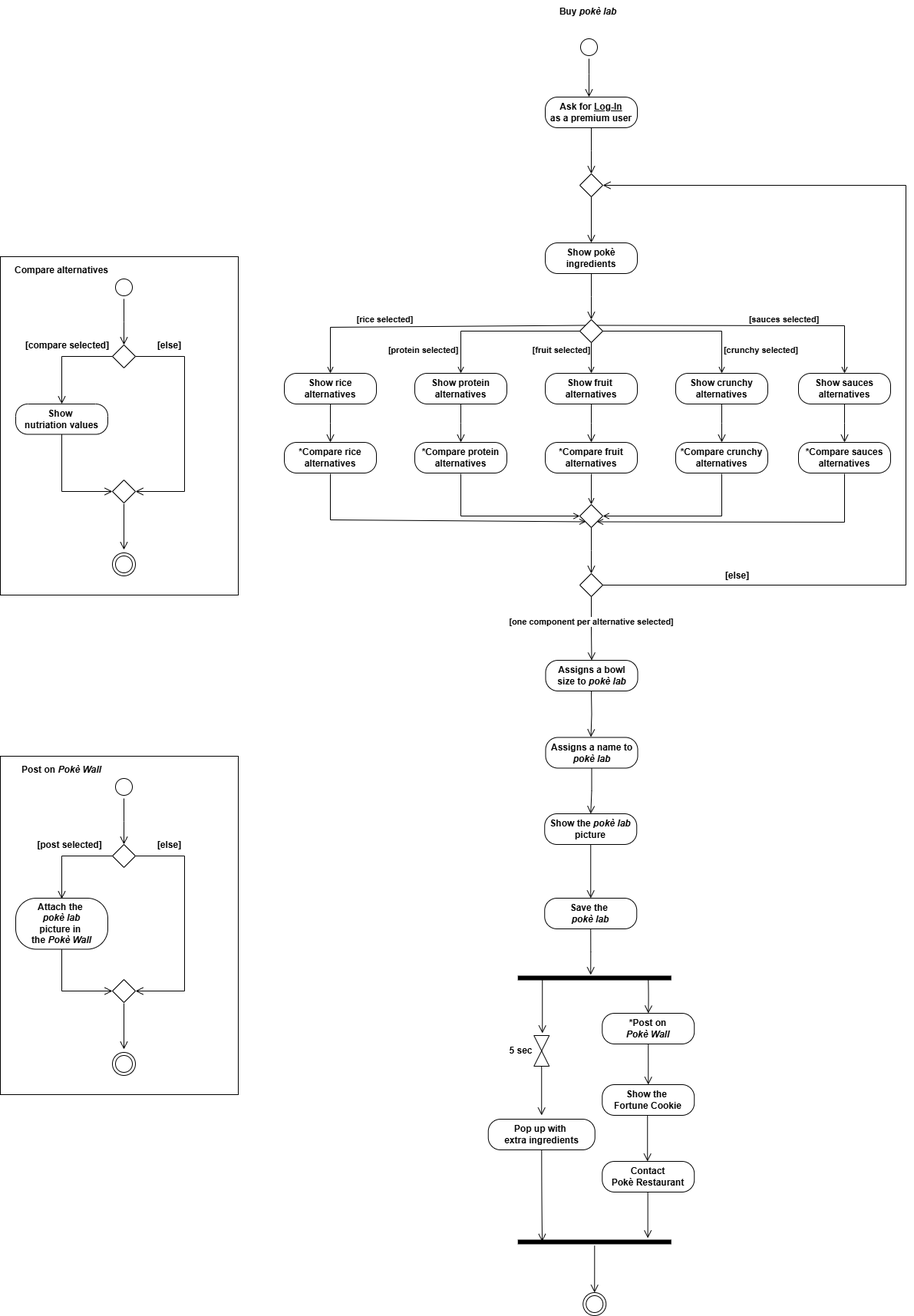
This is diagrams/ActivityDiagram.drawio.png from matteopinfildi/YourPoke-ISPWProject, a draw.io export, as it was before one commit. Source tidied: cells renumbered, new cells last; positions are measured from the earlier drawing's top-left corner, leaving out a move shared by most shapes.
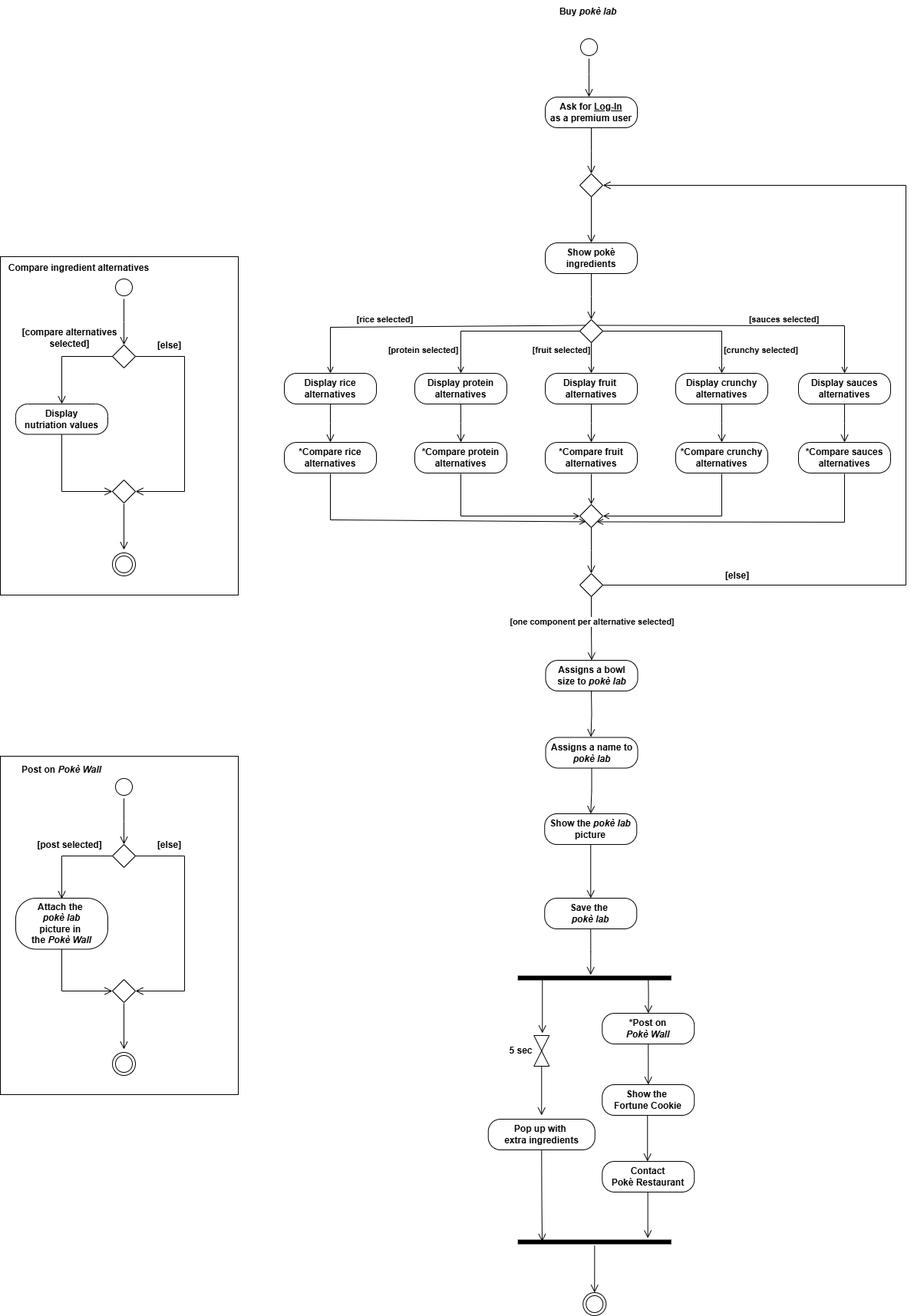
Above is the later version.

The edit, as a diff of the source:
```diff
@@ -52,7 +52,7 @@
         </Array>
       </mxGeometry>
     </mxCell>
-    <mxCell id="13" value="&lt;b&gt;Show crunchy&lt;/b&gt;&lt;div&gt;&lt;b&gt;alternatives&lt;/b&gt;&lt;/div&gt;" style="rounded=1;whiteSpace=wrap;html=1;arcSize=40;" parent="1" vertex="1">
+    <mxCell id="13" value="&lt;b&gt;Display&lt;/b&gt;&lt;b&gt;&amp;nbsp;crunchy&lt;/b&gt;&lt;div&gt;&lt;b&gt;alternatives&lt;/b&gt;&lt;/div&gt;" style="rounded=1;whiteSpace=wrap;html=1;arcSize=40;" parent="1" vertex="1">
       <mxGeometry x="880" y="486" width="120" height="40" as="geometry" />
     </mxCell>
     <mxCell id="14" style="endArrow=open;html=1;rounded=0;exitX=1;exitY=0;exitDx=0;exitDy=0;entryX=0.5;entryY=0;entryDx=0;entryDy=0;endFill=0;" parent="1" edge="1" source="11" target="15">
@@ -62,10 +62,10 @@
         </Array>
       </mxGeometry>
     </mxCell>
-    <mxCell id="15" value="&lt;b&gt;Show sauces&lt;/b&gt;&lt;div&gt;&lt;b&gt;alternatives&lt;/b&gt;&lt;/div&gt;" style="rounded=1;whiteSpace=wrap;html=1;arcSize=40;" parent="1" vertex="1">
+    <mxCell id="15" value="&lt;b&gt;Display&lt;/b&gt;&lt;b&gt;&amp;nbsp;sauces&lt;/b&gt;&lt;div&gt;&lt;b&gt;alternatives&lt;/b&gt;&lt;/div&gt;" style="rounded=1;whiteSpace=wrap;html=1;arcSize=40;" parent="1" vertex="1">
       <mxGeometry x="1040" y="486" width="120" height="40" as="geometry" />
     </mxCell>
-    <mxCell id="16" value="&lt;b&gt;Show fruit&amp;nbsp;&lt;/b&gt;&lt;div&gt;&lt;b&gt;alternatives&lt;/b&gt;&lt;/div&gt;" style="rounded=1;whiteSpace=wrap;html=1;arcSize=40;" parent="1" vertex="1">
+    <mxCell id="16" value="&lt;b&gt;Display&amp;nbsp;&lt;/b&gt;&lt;b&gt;fruit&amp;nbsp;&lt;/b&gt;&lt;div&gt;&lt;b&gt;alternatives&lt;/b&gt;&lt;/div&gt;" style="rounded=1;whiteSpace=wrap;html=1;arcSize=40;" parent="1" vertex="1">
       <mxGeometry x="710" y="486" width="120" height="40" as="geometry" />
     </mxCell>
     <mxCell id="17" style="endArrow=open;html=1;rounded=0;exitX=0.5;exitY=1;exitDx=0;exitDy=0;endFill=0;" parent="1" edge="1" source="11">
@@ -73,10 +73,10 @@
         <mxPoint x="770" y="486" as="targetPoint" />
       </mxGeometry>
     </mxCell>
-    <mxCell id="18" value="&lt;b&gt;Show protein&lt;/b&gt;&lt;div&gt;&lt;b&gt;alternatives&lt;/b&gt;&lt;/div&gt;" style="rounded=1;whiteSpace=wrap;html=1;arcSize=40;" parent="1" vertex="1">
+    <mxCell id="18" value="&lt;b&gt;Display protein&lt;/b&gt;&lt;div&gt;&lt;b&gt;alternatives&lt;/b&gt;&lt;/div&gt;" style="rounded=1;whiteSpace=wrap;html=1;arcSize=40;" parent="1" vertex="1">
       <mxGeometry x="540" y="486" width="120" height="40" as="geometry" />
     </mxCell>
-    <mxCell id="19" value="&lt;b&gt;Show rice&lt;/b&gt;&lt;div&gt;&lt;b&gt;alternatives&lt;/b&gt;&lt;/div&gt;" style="rounded=1;whiteSpace=wrap;html=1;arcSize=40;" parent="1" vertex="1">
+    <mxCell id="19" value="&lt;b&gt;Display&lt;/b&gt;&lt;b&gt;&amp;nbsp;rice&lt;/b&gt;&lt;div&gt;&lt;b&gt;alternatives&lt;/b&gt;&lt;/div&gt;" style="rounded=1;whiteSpace=wrap;html=1;arcSize=40;" parent="1" vertex="1">
       <mxGeometry x="370" y="486" width="120" height="40" as="geometry" />
     </mxCell>
     <mxCell id="20" style="endArrow=open;html=1;rounded=0;exitX=0;exitY=0.5;exitDx=0;exitDy=0;entryX=0.5;entryY=0;entryDx=0;entryDy=0;endFill=0;" parent="1" edge="1" source="11" target="18">
@@ -354,7 +354,7 @@
         <mxPoint x="161" y="449" as="targetPoint" />
       </mxGeometry>
     </mxCell>
-    <mxCell id="80" value="&lt;b&gt;Show&amp;nbsp;&lt;/b&gt;&lt;div&gt;&lt;b&gt;nutriation&amp;nbsp;&lt;/b&gt;&lt;b style=&quot;background-color: transparent; color: light-dark(rgb(0, 0, 0), rgb(255, 255, 255));&quot;&gt;values&lt;/b&gt;&lt;/div&gt;" style="rounded=1;whiteSpace=wrap;html=1;arcSize=40;labelBackgroundColor=none;" parent="1" vertex="1">
+    <mxCell id="80" value="&lt;div&gt;&lt;b&gt;Display&lt;/b&gt;&lt;/div&gt;&lt;div&gt;&lt;b&gt;nutriation&amp;nbsp;&lt;/b&gt;&lt;b style=&quot;background-color: transparent; color: light-dark(rgb(0, 0, 0), rgb(255, 255, 255));&quot;&gt;values&lt;/b&gt;&lt;/div&gt;" style="rounded=1;whiteSpace=wrap;html=1;arcSize=40;labelBackgroundColor=none;" parent="1" vertex="1">
       <mxGeometry x="20" y="526" width="120" height="39.5" as="geometry" />
     </mxCell>
     <mxCell id="81" style="edgeStyle=orthogonalEdgeStyle;html=1;verticalAlign=bottom;endArrow=open;endSize=8;rounded=0;fontSize=12;curved=0;entryX=0;entryY=0.5;entryDx=0;entryDy=0;labelBackgroundColor=none;fontColor=default;" parent="1" edge="1" source="80" target="85">
@@ -364,8 +364,10 @@
         </Array>
       </mxGeometry>
     </mxCell>
-    <mxCell id="82" value="&lt;b&gt;[compare selected]&lt;/b&gt;" style="edgeStyle=none;curved=0;rounded=0;jettySize=auto;html=1;exitX=0;exitY=0.5;exitDx=0;exitDy=0;fontSize=12;startSize=8;endSize=8;labelBackgroundColor=none;fontColor=default;endArrow=open;endFill=0;entryX=0.5;entryY=0;entryDx=0;entryDy=0;" parent="1" edge="1" source="84" target="80">
-      <mxGeometry x="-0.08" y="-14" relative="1" as="geometry">
+    <mxCell id="82" value="&lt;b&gt;[compare alternatives&lt;/b&gt;&lt;div&gt;&lt;b&gt;selected]&lt;/b&gt;&lt;/div&gt;" style="edgeStyle=none;curved=0;rounded=0;orthogonalLoop=1;jettySize=auto;html=1;exitX=0;exitY=0.5;exitDx=0;exitDy=0;fontSize=12;startSize=8;endSize=8;labelBackgroundColor=none;fontColor=default;endArrow=open;endFill=0;entryX=0.5;entryY=0;entryDx=0;entryDy=0;" parent="1" edge="1">
+      <mxGeometry x="-0.12" y="-24" relative="1" as="geometry">
+        <mxPoint x="146" y="464" as="sourcePoint" />
+        <mxPoint x="80" y="526" as="targetPoint" />
         <Array as="points">
           <mxPoint x="80" y="464" />
         </Array>
@@ -394,8 +396,8 @@
         <mxPoint x="161" y="716" as="targetPoint" />
       </mxGeometry>
     </mxCell>
-    <mxCell id="88" value="&lt;span style=&quot;font-size: 12px;&quot;&gt;&lt;b&gt;Compare alternatives&lt;/b&gt;&lt;/span&gt;" style="text;strokeColor=none;fillColor=none;html=1;align=center;verticalAlign=middle;whiteSpace=wrap;rounded=0;fontSize=16;labelBackgroundColor=none;" parent="1" vertex="1">
-      <mxGeometry x="5" y="334.5" width="150" height="30" as="geometry" />
+    <mxCell id="88" value="&lt;span style=&quot;font-size: 12px;&quot;&gt;&lt;b&gt;Compare ingredient alternatives&lt;/b&gt;&lt;/span&gt;" style="text;strokeColor=none;fillColor=none;html=1;align=center;verticalAlign=middle;whiteSpace=wrap;rounded=0;fontSize=16;labelBackgroundColor=none;" parent="1" vertex="1">
+      <mxGeometry y="331.5" width="205" height="30" as="geometry" />
     </mxCell>
     <mxCell id="89" value="&lt;div&gt;&lt;b&gt;*Post on&lt;/b&gt;&lt;div&gt;&lt;b&gt;&lt;i&gt;Pokè Wall&lt;/i&gt;&lt;/b&gt;&lt;/div&gt;&lt;/div&gt;" style="rounded=1;whiteSpace=wrap;html=1;arcSize=40;labelBackgroundColor=none;" parent="1" vertex="1">
       <mxGeometry x="784.2" y="1320" width="120" height="40" as="geometry" />
```
